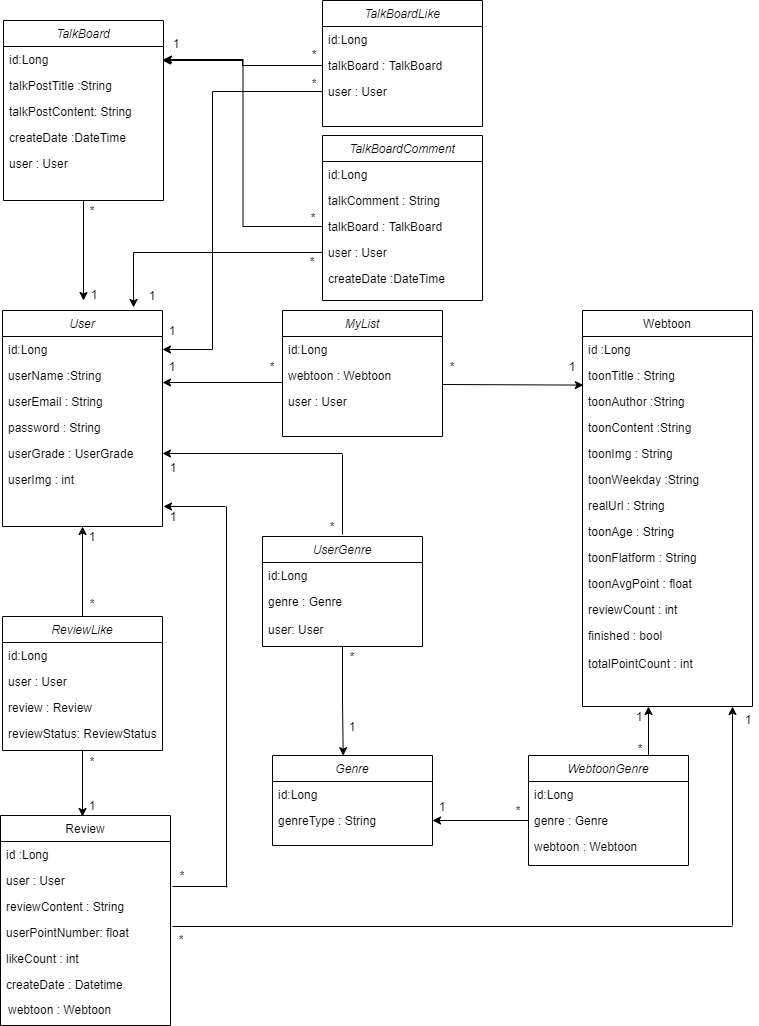
The draw.io diagram webtooniverse Diagram.png in yeonnwoo/Webtooni_server, before a commit. Source tidied: cells renumbered, new cells last; positions are measured from the earlier drawing's top-left corner, leaving out a move shared by most shapes.
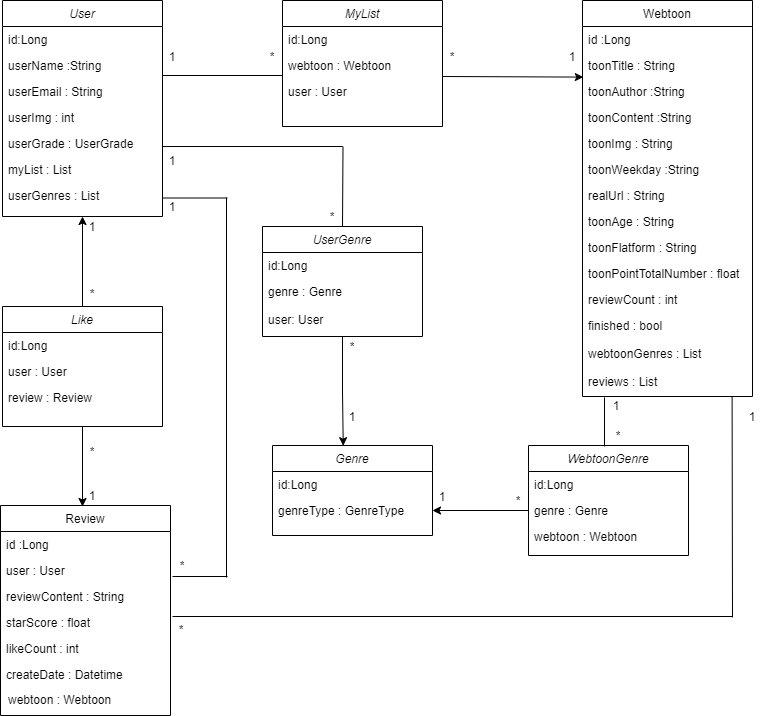
Above is the later version.

Diff of the diagram source:
```diff
@@ -16,3 +16,3 @@
     </mxCell>
-    <mxCell id="6" value="password : String" style="text;align=left;verticalAlign=top;spacingLeft=4;spacingRight=4;overflow=hidden;rounded=0;shadow=0;html=0;" parent="2" vertex="1">
+    <mxCell id="6" value="userImg : int" style="text;align=left;verticalAlign=top;spacingLeft=4;spacingRight=4;overflow=hidden;rounded=0;shadow=0;html=0;" parent="2" vertex="1">
       <mxGeometry y="104" width="160" height="26" as="geometry" />
@@ -22,5 +22,8 @@
     </mxCell>
-    <mxCell id="8" value="userImg : int" style="text;align=left;verticalAlign=top;spacingLeft=4;spacingRight=4;overflow=hidden;rounded=0;shadow=0;html=0;" parent="2" vertex="1">
-      <mxGeometry y="156" width="160" height="26" as="geometry" />
-    </mxCell>
+    <mxCell id="115" value="myList : List" style="text;align=left;verticalAlign=top;spacingLeft=4;spacingRight=4;overflow=hidden;rounded=0;shadow=0;html=0;" parent="2" vertex="1">
+      <mxGeometry y="156" width="160" height="26" as="geometry" />
+    </mxCell>
+    <mxCell id="116" value="userGenres : List" style="text;align=left;verticalAlign=top;spacingLeft=4;spacingRight=4;overflow=hidden;rounded=0;shadow=0;html=0;" parent="2" vertex="1">
+      <mxGeometry y="182" width="160" height="26" as="geometry" />
+    </mxCell>
     <mxCell id="9" value="Webtoon" style="swimlane;fontStyle=0;align=center;verticalAlign=top;horizontal=1;startSize=26;rounded=0;shadow=0;strokeWidth=1;" parent="1" vertex="1">
@@ -55,3 +58,3 @@
     </mxCell>
-    <mxCell id="19" value="toonAvgPoint : float" style="text;align=left;verticalAlign=top;spacingLeft=4;spacingRight=4;overflow=hidden;" parent="9" vertex="1">
+    <mxCell id="19" value="toonPointTotalNumber : float" style="text;align=left;verticalAlign=top;spacingLeft=4;spacingRight=4;overflow=hidden;" parent="9" vertex="1">
       <mxGeometry y="260" width="170" height="26" as="geometry" />
@@ -64,5 +67,8 @@
     </mxCell>
-    <mxCell id="22" value="totalPointCount : int" style="text;align=left;verticalAlign=top;spacingLeft=4;spacingRight=4;overflow=hidden;" parent="9" vertex="1">
-      <mxGeometry y="340" width="170" height="28" as="geometry" />
-    </mxCell>
+    <mxCell id="117" value="webtoonGenres : List" style="text;align=left;verticalAlign=top;spacingLeft=4;spacingRight=4;overflow=hidden;" parent="9" vertex="1">
+      <mxGeometry y="340" width="170" height="28" as="geometry" />
+    </mxCell>
+    <mxCell id="118" value="reviews : List" style="text;align=left;verticalAlign=top;spacingLeft=4;spacingRight=4;overflow=hidden;" parent="9" vertex="1">
+      <mxGeometry y="368" width="170" height="28" as="geometry" />
+    </mxCell>
     <mxCell id="23" value="MyList" style="swimlane;fontStyle=2;align=center;verticalAlign=top;horizontal=1;startSize=26;rounded=0;shadow=0;strokeWidth=1;" parent="1" vertex="1">
@@ -103,3 +109,3 @@
     </mxCell>
-    <mxCell id="35" value="userPointNumber: float" style="text;align=left;verticalAlign=top;spacingLeft=4;spacingRight=4;overflow=hidden;rounded=0;shadow=0;html=0;" parent="31" vertex="1">
+    <mxCell id="35" value="starScore : float" style="text;align=left;verticalAlign=top;spacingLeft=4;spacingRight=4;overflow=hidden;rounded=0;shadow=0;html=0;" parent="31" vertex="1">
       <mxGeometry y="104" width="170" height="26" as="geometry" />
@@ -126,4 +132,4 @@
     </mxCell>
-    <mxCell id="42" value="ReviewLike" style="swimlane;fontStyle=2;align=center;verticalAlign=top;horizontal=1;startSize=26;rounded=0;shadow=0;strokeWidth=1;" parent="1" vertex="1">
-      <mxGeometry x="2" y="616" width="160" height="134" as="geometry" />
+    <mxCell id="42" value="Like" style="swimlane;fontStyle=2;align=center;verticalAlign=top;horizontal=1;startSize=26;rounded=0;shadow=0;strokeWidth=1;" parent="1" vertex="1">
+      <mxGeometry x="2" y="616" width="160" height="120" as="geometry" />
     </mxCell>
@@ -138,5 +144,2 @@
     </mxCell>
-    <mxCell id="46" value="reviewStatus: ReviewStatus" style="text;align=left;verticalAlign=top;spacingLeft=4;spacingRight=4;overflow=hidden;rounded=0;shadow=0;html=0;" parent="42" vertex="1">
-      <mxGeometry y="104" width="160" height="26" as="geometry" />
-    </mxCell>
     <mxCell id="47" value="*" style="text;html=1;strokeColor=none;fillColor=none;align=center;verticalAlign=middle;whiteSpace=wrap;rounded=0;" parent="1" vertex="1">
@@ -147,6 +150,11 @@
     </mxCell>
+    <mxCell id="119" style="endArrow=none;html=1;" parent="1" edge="1">
+      <mxGeometry relative="1" as="geometry">
+        <mxPoint x="162" y="385" as="sourcePoint" />
+        <mxPoint x="282" y="385" as="targetPoint" />
+      </mxGeometry>
+    </mxCell>
-    <mxCell id="49" style="endArrow=classic;html=1;entryX=0.005;entryY=0.946;entryDx=0;entryDy=0;entryPerimeter=0;" parent="1" edge="1">
+    <mxCell id="49" style="endArrow=classic;html=1;entryX=0.005;entryY=0.946;entryDx=0;entryDy=0;entryPerimeter=0;" parent="1" edge="1" target="11">
       <mxGeometry relative="1" as="geometry">
-        <mxPoint x="442" y="384" as="sourcePoint" />
-        <mxPoint x="582.8" y="384.6" as="targetPoint" />
+        <mxPoint x="442" y="386" as="sourcePoint" />
       </mxGeometry>
@@ -159,3 +167,3 @@
     </mxCell>
-    <mxCell id="52" value="genreType : String" style="text;align=left;verticalAlign=top;spacingLeft=4;spacingRight=4;overflow=hidden;points=[[0,0.5],[1,0.5]];portConstraint=eastwest;rounded=0;shadow=0;html=0;" parent="50" vertex="1">
+    <mxCell id="52" value="genreType : GenreType" style="text;align=left;verticalAlign=top;spacingLeft=4;spacingRight=4;overflow=hidden;points=[[0,0.5],[1,0.5]];portConstraint=eastwest;rounded=0;shadow=0;html=0;" parent="50" vertex="1">
       <mxGeometry y="52" width="160" height="26" as="geometry" />
@@ -181,3 +189,3 @@
     <mxCell id="59" value="1" style="text;html=1;strokeColor=none;fillColor=none;align=center;verticalAlign=middle;whiteSpace=wrap;rounded=0;" parent="1" vertex="1">
-      <mxGeometry x="163" y="457" width="20" height="20" as="geometry" />
+      <mxGeometry x="162" y="460" width="20" height="20" as="geometry" />
     </mxCell>
@@ -186,7 +194,2 @@
     </mxCell>
-    <mxCell id="61" style="edgeStyle=orthogonalEdgeStyle;rounded=0;jettySize=auto;html=1;exitX=0.75;exitY=0;exitDx=0;exitDy=0;" parent="1" edge="1" source="62">
-      <mxGeometry relative="1" as="geometry">
-        <mxPoint x="648" y="706" as="targetPoint" />
-      </mxGeometry>
-    </mxCell>
     <mxCell id="62" value="WebtoonGenre" style="swimlane;fontStyle=2;align=center;verticalAlign=top;horizontal=1;startSize=26;rounded=0;shadow=0;strokeWidth=1;" parent="1" vertex="1">
@@ -204,6 +207,6 @@
     <mxCell id="66" value="1" style="text;html=1;strokeColor=none;fillColor=none;align=center;verticalAlign=middle;whiteSpace=wrap;rounded=0;" parent="1" vertex="1">
-      <mxGeometry x="629" y="706" width="20" height="20" as="geometry" />
+      <mxGeometry x="606" y="705" width="20" height="20" as="geometry" />
     </mxCell>
     <mxCell id="67" value="*" style="text;html=1;strokeColor=none;fillColor=none;align=center;verticalAlign=middle;whiteSpace=wrap;rounded=0;" parent="1" vertex="1">
-      <mxGeometry x="630" y="738" width="20" height="20" as="geometry" />
+      <mxGeometry x="608" y="735" width="20" height="20" as="geometry" />
     </mxCell>
@@ -228,3 +231,3 @@
     <mxCell id="74" value="1" style="text;html=1;strokeColor=none;fillColor=none;align=center;verticalAlign=middle;whiteSpace=wrap;rounded=0;" parent="1" vertex="1">
-      <mxGeometry x="738" y="709" width="20" height="20" as="geometry" />
+      <mxGeometry x="742" y="716" width="20" height="20" as="geometry" />
     </mxCell>
@@ -236,8 +239,31 @@
     </mxCell>
+    <mxCell id="120" style="endArrow=none;html=1;entryX=0.88;entryY=1.05;entryDx=0;entryDy=0;entryPerimeter=0;" parent="1" edge="1">
+      <mxGeometry relative="1" as="geometry">
+        <mxPoint x="732" y="927" as="sourcePoint" />
+        <mxPoint x="731.6" y="706.4" as="targetPoint" />
+      </mxGeometry>
+    </mxCell>
+    <mxCell id="121" style="endArrow=none;html=1;" parent="1" edge="1">
+      <mxGeometry relative="1" as="geometry">
+        <mxPoint x="162" y="456" as="sourcePoint" />
+        <mxPoint x="342" y="456" as="targetPoint" />
+      </mxGeometry>
+    </mxCell>
-    <mxCell id="76" style="endArrow=none;html=1;exitX=1;exitY=1;exitDx=0;exitDy=0;" parent="1" edge="1">
+    <mxCell id="76" style="endArrow=none;html=1;exitX=1;exitY=1;exitDx=0;exitDy=0;" parent="1" edge="1" source="60">
       <mxGeometry relative="1" as="geometry">
-        <mxPoint x="342" y="534" as="sourcePoint" />
-        <mxPoint x="342" y="454" as="targetPoint" />
+        <mxPoint x="342.5" y="456" as="targetPoint" />
       </mxGeometry>
     </mxCell>
+    <mxCell id="122" style="endArrow=none;html=1;" parent="1" edge="1">
+      <mxGeometry relative="1" as="geometry">
+        <mxPoint x="604" y="756" as="sourcePoint" />
+        <mxPoint x="604" y="707" as="targetPoint" />
+      </mxGeometry>
+    </mxCell>
+    <mxCell id="123" style="endArrow=none;html=1;" parent="1" edge="1">
+      <mxGeometry relative="1" as="geometry">
+        <mxPoint x="162" y="507.5" as="sourcePoint" />
+        <mxPoint x="227" y="507.5" as="targetPoint" />
+      </mxGeometry>
+    </mxCell>
     <mxCell id="77" style="endArrow=none;html=1;" parent="1" edge="1">
@@ -245,3 +271,3 @@
         <mxPoint x="226" y="887" as="sourcePoint" />
-        <mxPoint x="226" y="506" as="targetPoint" />
+        <mxPoint x="226" y="507" as="targetPoint" />
       </mxGeometry>
@@ -255,3 +281,3 @@
     <mxCell id="79" value="1" style="text;html=1;strokeColor=none;fillColor=none;align=center;verticalAlign=middle;whiteSpace=wrap;rounded=0;" parent="1" vertex="1">
-      <mxGeometry x="163" y="506" width="20" height="20" as="geometry" />
+      <mxGeometry x="162" y="506" width="20" height="20" as="geometry" />
     </mxCell>
@@ -260,125 +286,2 @@
     </mxCell>
-    <mxCell id="81" style="edgeStyle=orthogonalEdgeStyle;rounded=0;orthogonalLoop=1;jettySize=auto;html=1;exitX=0;exitY=0.5;exitDx=0;exitDy=0;entryX=1;entryY=0.5;entryDx=0;entryDy=0;" parent="1" edge="1">
-      <mxGeometry relative="1" as="geometry">
-        <mxPoint x="282" y="382" as="sourcePoint" />
-        <mxPoint x="162" y="382" as="targetPoint" />
-      </mxGeometry>
-    </mxCell>
-    <mxCell id="82" style="endArrow=classic;html=1;entryX=1;entryY=0.5;entryDx=0;entryDy=0;" parent="1" edge="1" target="7">
-      <mxGeometry relative="1" as="geometry">
-        <mxPoint x="342" y="453" as="sourcePoint" />
-      </mxGeometry>
-    </mxCell>
-    <mxCell id="83" style="endArrow=classic;html=1;entryX=0;entryY=0;entryDx=0;entryDy=0;" parent="1" edge="1" target="79">
-      <mxGeometry relative="1" as="geometry">
-        <mxPoint x="225" y="506" as="sourcePoint" />
-      </mxGeometry>
-    </mxCell>
-    <mxCell id="84" style="edgeStyle=orthogonalEdgeStyle;rounded=0;orthogonalLoop=1;jettySize=auto;html=1;" parent="1" edge="1">
-      <mxGeometry relative="1" as="geometry">
-        <mxPoint x="732" y="925" as="sourcePoint" />
-        <mxPoint x="732" y="706" as="targetPoint" />
-      </mxGeometry>
-    </mxCell>
-    <mxCell id="85" value="TalkBoardLike" style="swimlane;fontStyle=2;align=center;verticalAlign=top;horizontal=1;startSize=26;rounded=0;shadow=0;strokeWidth=1;" parent="1" vertex="1">
-      <mxGeometry x="322" width="160" height="126" as="geometry" />
-    </mxCell>
-    <mxCell id="86" value="id:Long" style="text;align=left;verticalAlign=top;spacingLeft=4;spacingRight=4;overflow=hidden;" parent="85" vertex="1">
-      <mxGeometry y="26" width="160" height="26" as="geometry" />
-    </mxCell>
-    <mxCell id="87" value="talkBoard : TalkBoard" style="text;align=left;verticalAlign=top;spacingLeft=4;spacingRight=4;overflow=hidden;points=[[0,0.5],[1,0.5]];portConstraint=eastwest;rounded=0;shadow=0;html=0;" parent="85" vertex="1">
-      <mxGeometry y="52" width="160" height="26" as="geometry" />
-    </mxCell>
-    <mxCell id="88" value="user : User" style="text;align=left;verticalAlign=top;spacingLeft=4;spacingRight=4;overflow=hidden;points=[[0,0.5],[1,0.5]];portConstraint=eastwest;rounded=0;shadow=0;html=0;" parent="85" vertex="1">
-      <mxGeometry y="78" width="160" height="26" as="geometry" />
-    </mxCell>
-    <mxCell id="89" style="edgeStyle=orthogonalEdgeStyle;rounded=0;jettySize=auto;html=1;exitX=0.5;exitY=1;exitDx=0;exitDy=0;" parent="1" edge="1" source="90">
-      <mxGeometry relative="1" as="geometry">
-        <mxPoint x="83" y="300" as="targetPoint" />
-      </mxGeometry>
-    </mxCell>
-    <mxCell id="90" value="TalkBoard" style="swimlane;fontStyle=2;align=center;verticalAlign=top;horizontal=1;startSize=26;rounded=0;shadow=0;strokeWidth=1;" parent="1" vertex="1">
-      <mxGeometry x="3" y="20" width="160" height="180" as="geometry" />
-    </mxCell>
-    <mxCell id="91" value="id:Long" style="text;align=left;verticalAlign=top;spacingLeft=4;spacingRight=4;overflow=hidden;points=[[0,0.5],[1,0.5]];portConstraint=eastwest;" parent="90" vertex="1">
-      <mxGeometry y="26" width="160" height="26" as="geometry" />
-    </mxCell>
-    <mxCell id="92" value="talkPostTitle :String" style="text;align=left;verticalAlign=top;spacingLeft=4;spacingRight=4;overflow=hidden;rounded=0;shadow=0;html=0;" parent="90" vertex="1">
-      <mxGeometry y="52" width="160" height="26" as="geometry" />
-    </mxCell>
-    <mxCell id="93" value="talkPostContent: String" style="text;align=left;verticalAlign=top;spacingLeft=4;spacingRight=4;overflow=hidden;rounded=0;shadow=0;html=0;" parent="90" vertex="1">
-      <mxGeometry y="78" width="160" height="26" as="geometry" />
-    </mxCell>
-    <mxCell id="94" value="createDate :DateTime" style="text;align=left;verticalAlign=top;spacingLeft=4;spacingRight=4;overflow=hidden;rounded=0;shadow=0;html=0;" parent="90" vertex="1">
-      <mxGeometry y="104" width="160" height="26" as="geometry" />
-    </mxCell>
-    <mxCell id="95" value="user : User" style="text;align=left;verticalAlign=top;spacingLeft=4;spacingRight=4;overflow=hidden;rounded=0;shadow=0;html=0;" parent="90" vertex="1">
-      <mxGeometry y="130" width="160" height="26" as="geometry" />
-    </mxCell>
-    <mxCell id="96" value="TalkBoardComment" style="swimlane;fontStyle=2;align=center;verticalAlign=top;horizontal=1;startSize=26;rounded=0;shadow=0;strokeWidth=1;" parent="1" vertex="1">
-      <mxGeometry x="322" y="135" width="160" height="165" as="geometry" />
-    </mxCell>
-    <mxCell id="97" value="id:Long" style="text;align=left;verticalAlign=top;spacingLeft=4;spacingRight=4;overflow=hidden;" parent="96" vertex="1">
-      <mxGeometry y="26" width="160" height="26" as="geometry" />
-    </mxCell>
-    <mxCell id="98" value="talkComment : String" style="text;align=left;verticalAlign=top;spacingLeft=4;spacingRight=4;overflow=hidden;rounded=0;shadow=0;html=0;" parent="96" vertex="1">
-      <mxGeometry y="52" width="160" height="26" as="geometry" />
-    </mxCell>
-    <mxCell id="99" value="talkBoard : TalkBoard" style="text;align=left;verticalAlign=top;spacingLeft=4;spacingRight=4;overflow=hidden;points=[[0,0.5],[1,0.5]];portConstraint=eastwest;rounded=0;shadow=0;html=0;" parent="96" vertex="1">
-      <mxGeometry y="78" width="160" height="26" as="geometry" />
-    </mxCell>
-    <mxCell id="100" value="user : User" style="text;align=left;verticalAlign=top;spacingLeft=4;spacingRight=4;overflow=hidden;rounded=0;shadow=0;html=0;" parent="96" vertex="1">
-      <mxGeometry y="104" width="160" height="26" as="geometry" />
-    </mxCell>
-    <mxCell id="101" value="createDate :DateTime" style="text;align=left;verticalAlign=top;spacingLeft=4;spacingRight=4;overflow=hidden;rounded=0;shadow=0;html=0;" parent="96" vertex="1">
-      <mxGeometry y="130" width="160" height="26" as="geometry" />
-    </mxCell>
-    <mxCell id="102" value="1" style="text;html=1;strokeColor=none;fillColor=none;align=center;verticalAlign=middle;whiteSpace=wrap;rounded=0;" parent="1" vertex="1">
-      <mxGeometry x="84" y="284" width="20" height="20" as="geometry" />
-    </mxCell>
-    <mxCell id="103" value="*" style="text;html=1;strokeColor=none;fillColor=none;align=center;verticalAlign=middle;whiteSpace=wrap;rounded=0;" parent="1" vertex="1">
-      <mxGeometry x="82" y="200" width="20" height="20" as="geometry" />
-    </mxCell>
-    <mxCell id="104" style="edgeStyle=orthogonalEdgeStyle;rounded=0;jettySize=auto;html=1;exitX=0;exitY=0.5;exitDx=0;exitDy=0;entryX=0.819;entryY=-0.014;entryDx=0;entryDy=0;entryPerimeter=0;" parent="1" edge="1" target="2">
-      <mxGeometry relative="1" as="geometry">
-        <mxPoint x="322" y="252" as="sourcePoint" />
-      </mxGeometry>
-    </mxCell>
-    <mxCell id="105" value="1" style="text;html=1;strokeColor=none;fillColor=none;align=center;verticalAlign=middle;whiteSpace=wrap;rounded=0;" parent="1" vertex="1">
-      <mxGeometry x="142" y="285" width="20" height="20" as="geometry" />
-    </mxCell>
-    <mxCell id="106" value="*" style="text;html=1;strokeColor=none;fillColor=none;align=center;verticalAlign=middle;whiteSpace=wrap;rounded=0;" parent="1" vertex="1">
-      <mxGeometry x="302" y="251" width="20" height="20" as="geometry" />
-    </mxCell>
-    <mxCell id="107" style="edgeStyle=orthogonalEdgeStyle;rounded=0;jettySize=auto;html=1;exitX=0;exitY=0.5;exitDx=0;exitDy=0;entryX=1;entryY=0.5;entryDx=0;entryDy=0;" parent="1" edge="1" source="99" target="91">
-      <mxGeometry relative="1" as="geometry" />
-    </mxCell>
-    <mxCell id="108" value="1" style="text;html=1;strokeColor=none;fillColor=none;align=center;verticalAlign=middle;whiteSpace=wrap;rounded=0;" parent="1" vertex="1">
-      <mxGeometry x="166" y="33" width="20" height="20" as="geometry" />
-    </mxCell>
-    <mxCell id="109" value="*" style="text;html=1;strokeColor=none;fillColor=none;align=center;verticalAlign=middle;whiteSpace=wrap;rounded=0;" parent="1" vertex="1">
-      <mxGeometry x="303" y="207" width="20" height="20" as="geometry" />
-    </mxCell>
-    <mxCell id="110" style="edgeStyle=orthogonalEdgeStyle;rounded=0;jettySize=auto;html=1;exitX=0;exitY=0.5;exitDx=0;exitDy=0;entryX=1;entryY=0.5;entryDx=0;entryDy=0;" parent="1" edge="1" source="88" target="3">
-      <mxGeometry relative="1" as="geometry">
-        <Array as="points">
-          <mxPoint x="212" y="91" />
-          <mxPoint x="212" y="349" />
-        </Array>
-      </mxGeometry>
-    </mxCell>
-    <mxCell id="111" value="1" style="text;html=1;strokeColor=none;fillColor=none;align=center;verticalAlign=middle;whiteSpace=wrap;rounded=0;" parent="1" vertex="1">
-      <mxGeometry x="162" y="320" width="20" height="20" as="geometry" />
-    </mxCell>
-    <mxCell id="112" value="*" style="text;html=1;strokeColor=none;fillColor=none;align=center;verticalAlign=middle;whiteSpace=wrap;rounded=0;" parent="1" vertex="1">
-      <mxGeometry x="304" y="73" width="20" height="20" as="geometry" />
-    </mxCell>
-    <mxCell id="113" style="edgeStyle=orthogonalEdgeStyle;rounded=0;jettySize=auto;html=1;exitX=0;exitY=0.5;exitDx=0;exitDy=0;" parent="1" edge="1" source="87">
-      <mxGeometry relative="1" as="geometry">
-        <mxPoint x="162" y="60" as="targetPoint" />
-      </mxGeometry>
-    </mxCell>
-    <mxCell id="114" value="*" style="text;html=1;strokeColor=none;fillColor=none;align=center;verticalAlign=middle;whiteSpace=wrap;rounded=0;" parent="1" vertex="1">
-      <mxGeometry x="304" y="44" width="20" height="20" as="geometry" />
-    </mxCell>
   </root>
```
